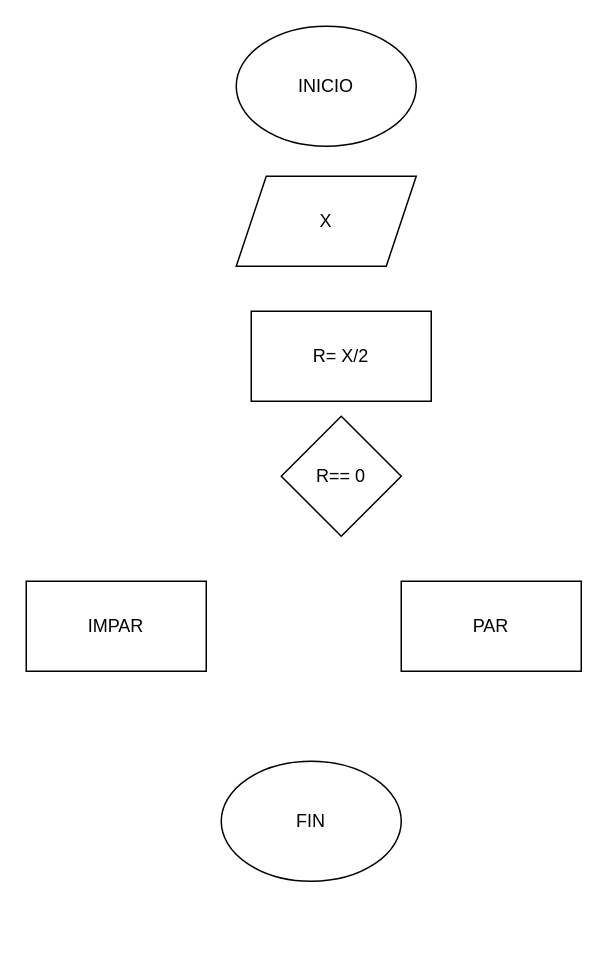
This is diagrama.drawio from Juanherrera117/Ejercicio_en_clase, a draw.io file, before an edit. Source tidied: cells renumbered, new cells numbered last; positions are measured from the earlier drawing's top-left corner, leaving out a move shared by most shapes. Both pictures are drawn from the tidied source at 150%, with x=0, y=0 at pixel (26, 26).
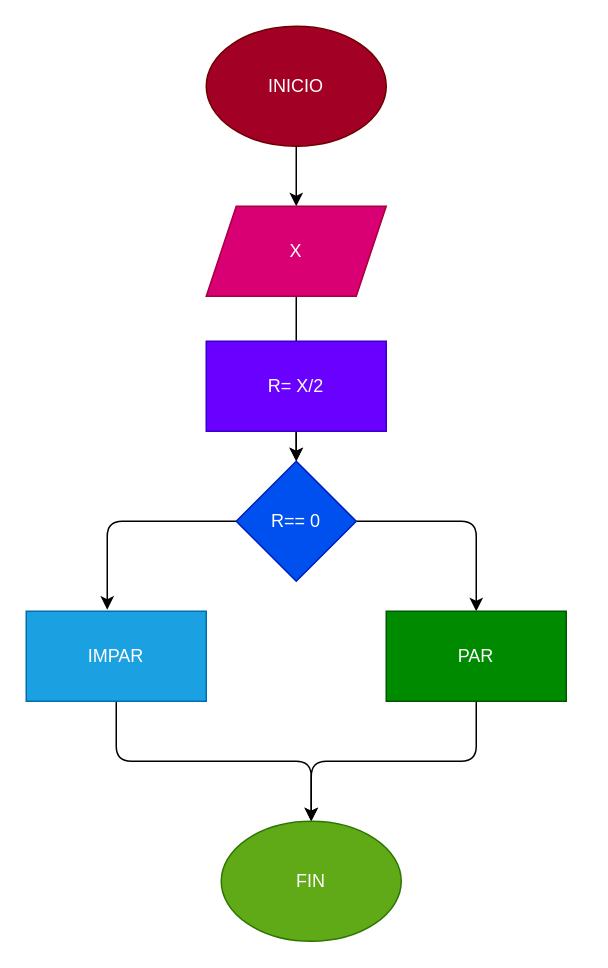
The same page after the edit.

What changed in the source:
```diff
@@
+    <mxCell id="9" style="edgeStyle=none;html=1;" parent="1" edge="1" source="2" target="3">
+      <mxGeometry relative="1" as="geometry" />
+    </mxCell>
-    <mxCell id="2" value="INICIO" style="ellipse;whiteSpace=wrap;html=1;" parent="1" vertex="1">
-      <mxGeometry x="140" width="120" height="80" as="geometry" />
+    <mxCell id="2" value="INICIO" style="ellipse;whiteSpace=wrap;html=1;fillColor=#a20025;fontColor=#ffffff;strokeColor=#6F0000;" parent="1" vertex="1">
+      <mxGeometry x="120" width="120" height="80" as="geometry" />
     </mxCell>
+    <mxCell id="10" style="edgeStyle=none;html=1;" parent="1" edge="1" source="3" target="5">
+      <mxGeometry relative="1" as="geometry" />
+    </mxCell>
-    <mxCell id="3" value="X" style="shape=parallelogram;perimeter=parallelogramPerimeter;whiteSpace=wrap;html=1;fixedSize=1;" parent="1" vertex="1">
-      <mxGeometry x="140" y="100" width="120" height="60" as="geometry" />
+    <mxCell id="3" value="X" style="shape=parallelogram;perimeter=parallelogramPerimeter;whiteSpace=wrap;html=1;fixedSize=1;fillColor=#d80073;fontColor=#ffffff;strokeColor=#A50040;" parent="1" vertex="1">
+      <mxGeometry x="120" y="120" width="120" height="60" as="geometry" />
     </mxCell>
+    <mxCell id="11" style="edgeStyle=none;html=1;" parent="1" edge="1" source="4" target="5">
+      <mxGeometry relative="1" as="geometry" />
+    </mxCell>
-    <mxCell id="4" value="R= X/2" style="rounded=0;whiteSpace=wrap;html=1;" parent="1" vertex="1">
-      <mxGeometry x="150" y="190" width="120" height="60" as="geometry" />
+    <mxCell id="4" value="R= X/2" style="rounded=0;whiteSpace=wrap;html=1;fillColor=#6a00ff;fontColor=#ffffff;strokeColor=#3700CC;" parent="1" vertex="1">
+      <mxGeometry x="120" y="210" width="120" height="60" as="geometry" />
     </mxCell>
+    <mxCell id="12" style="edgeStyle=none;html=1;exitX=0;exitY=0.5;exitDx=0;exitDy=0;entryX=0.45;entryY=-0.017;entryDx=0;entryDy=0;entryPerimeter=0;" parent="1" edge="1" source="5" target="6">
+      <mxGeometry relative="1" as="geometry">
+        <Array as="points">
+          <mxPoint x="54" y="330" />
+        </Array>
+      </mxGeometry>
+    </mxCell>
+    <mxCell id="13" style="edgeStyle=none;html=1;exitX=1;exitY=0.5;exitDx=0;exitDy=0;entryX=0.5;entryY=0;entryDx=0;entryDy=0;" parent="1" edge="1" source="5" target="7">
+      <mxGeometry relative="1" as="geometry">
+        <Array as="points">
+          <mxPoint x="300" y="330" />
+        </Array>
+      </mxGeometry>
+    </mxCell>
-    <mxCell id="5" value="R== 0" style="rhombus;whiteSpace=wrap;html=1;" parent="1" vertex="1">
-      <mxGeometry x="170" y="260" width="80" height="80" as="geometry" />
+    <mxCell id="5" value="R== 0" style="rhombus;whiteSpace=wrap;html=1;fillColor=#0050ef;fontColor=#ffffff;strokeColor=#001DBC;" parent="1" vertex="1">
+      <mxGeometry x="140" y="290" width="80" height="80" as="geometry" />
     </mxCell>
+    <mxCell id="14" style="edgeStyle=none;html=1;exitX=0.5;exitY=1;exitDx=0;exitDy=0;entryX=0.5;entryY=0;entryDx=0;entryDy=0;" parent="1" edge="1" source="6" target="8">
+      <mxGeometry relative="1" as="geometry">
+        <Array as="points">
+          <mxPoint x="60" y="490" />
+          <mxPoint x="190" y="490" />
+        </Array>
+      </mxGeometry>
+    </mxCell>
-    <mxCell id="6" value="IMPAR" style="rounded=0;whiteSpace=wrap;html=1;" parent="1" vertex="1">
-      <mxGeometry y="370" width="120" height="60" as="geometry" />
+    <mxCell id="6" value="IMPAR" style="rounded=0;whiteSpace=wrap;html=1;fillColor=#1ba1e2;fontColor=#ffffff;strokeColor=#006EAF;" parent="1" vertex="1">
+      <mxGeometry y="390" width="120" height="60" as="geometry" />
     </mxCell>
+    <mxCell id="15" style="edgeStyle=none;html=1;exitX=0.5;exitY=1;exitDx=0;exitDy=0;entryX=0.5;entryY=0;entryDx=0;entryDy=0;" parent="1" edge="1" source="7" target="8">
+      <mxGeometry relative="1" as="geometry">
+        <Array as="points">
+          <mxPoint x="300" y="490" />
+          <mxPoint x="190" y="490" />
+        </Array>
+      </mxGeometry>
+    </mxCell>
-    <mxCell id="7" value="PAR" style="rounded=0;whiteSpace=wrap;html=1;" parent="1" vertex="1">
-      <mxGeometry x="250" y="370" width="120" height="60" as="geometry" />
+    <mxCell id="7" value="PAR" style="rounded=0;whiteSpace=wrap;html=1;fillColor=#008a00;fontColor=#ffffff;strokeColor=#005700;" parent="1" vertex="1">
+      <mxGeometry x="240" y="390" width="120" height="60" as="geometry" />
     </mxCell>
-    <mxCell id="8" value="FIN" style="ellipse;whiteSpace=wrap;html=1;" parent="1" vertex="1">
-      <mxGeometry x="130" y="490" width="120" height="80" as="geometry" />
+    <mxCell id="8" value="FIN" style="ellipse;whiteSpace=wrap;html=1;fillColor=#60a917;fontColor=#ffffff;strokeColor=#2D7600;" parent="1" vertex="1">
+      <mxGeometry x="130" y="530" width="120" height="80" as="geometry" />
     </mxCell>
```
